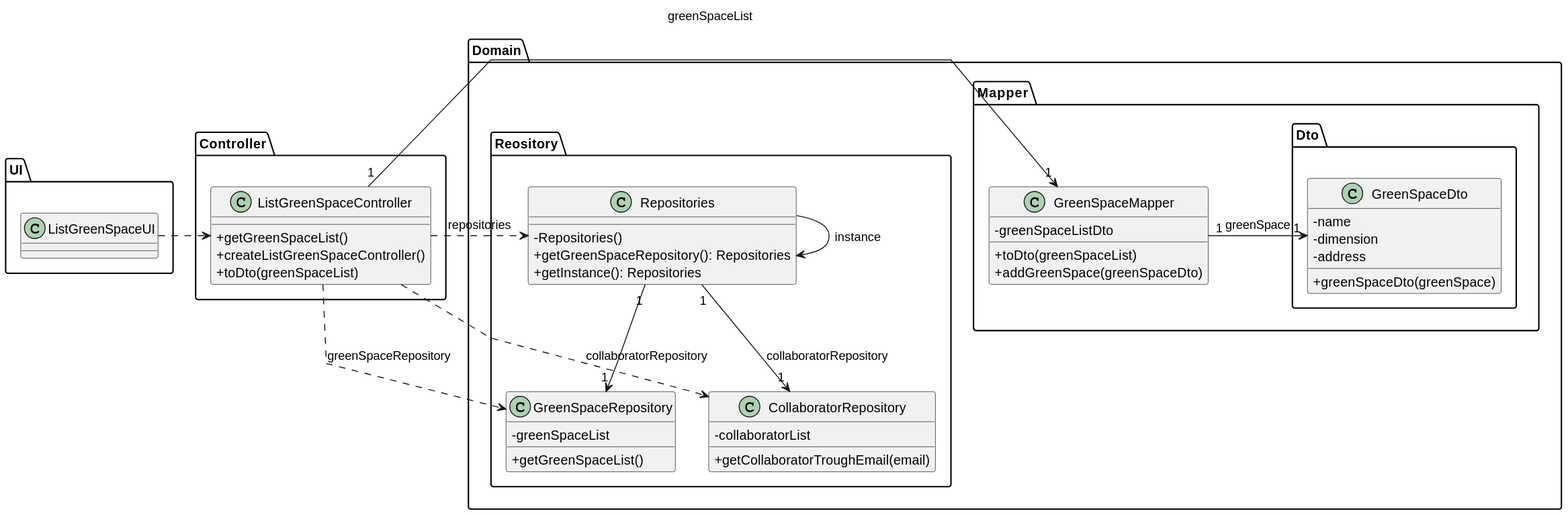
diogoveirospro/lei-24-s2-1dg-g072 keeps this PlantUML diagram as docs/sprintC/us027/03.design/svg/us027-class-diagram.svg. Above is the earlier version.
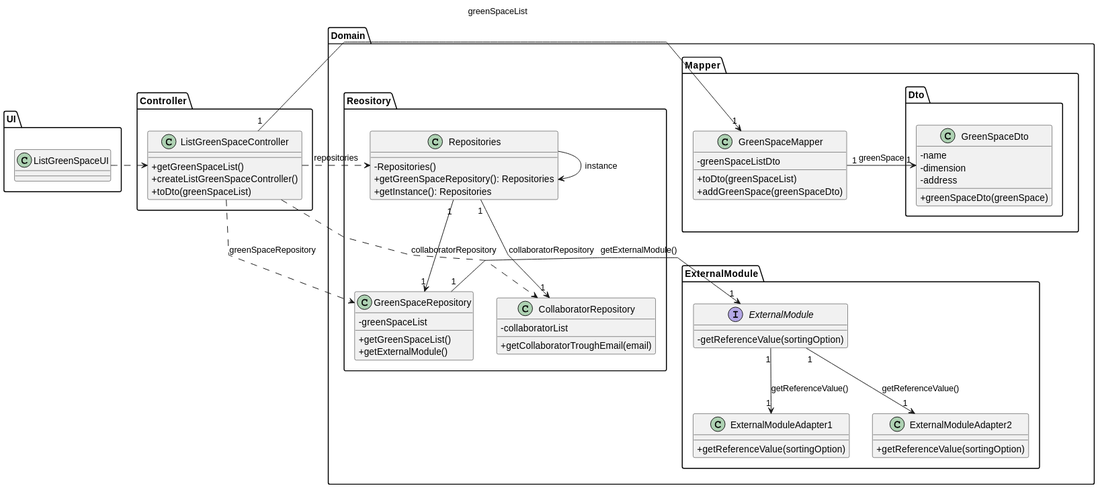
The same file after the commit.

Diff of the diagram source:
```diff
@@ -19,6 +19,17 @@
 }
 }
 package Domain{
+package ExternalModule{
+interface "ExternalModule" as EM{
+    - getReferenceValue(sortingOption)
+}
+class ExternalModuleAdapter1{
+    + getReferenceValue(sortingOption)
+}
+class ExternalModuleAdapter2{
+    + getReferenceValue(sortingOption)
+}
+}
 package Mapper{
 class GreenSpaceMapper{
     - greenSpaceListDto
@@ -38,6 +49,7 @@
 class GreenSpaceRepository{
     - greenSpaceList
     + getGreenSpaceList()
+    + getExternalModule()
 }
 class CollaboratorRepository{
     - collaboratorList
@@ -60,4 +72,7 @@
 GreenSpaceMapper "1" -> "1" GreenSpaceDto: greenSpace
 Repositories "1" --> "1" CollaboratorRepository: collaboratorRepository
 ListGreenSpaceController .> CollaboratorRepository: collaboratorRepository
+GreenSpaceRepository "1" -> "1" EM : getExternalModule()
+EM "1" --> "1" ExternalModuleAdapter1 : getReferenceValue()
+EM "1" --> "1" ExternalModuleAdapter2 : getReferenceValue()
 @enduml
```
